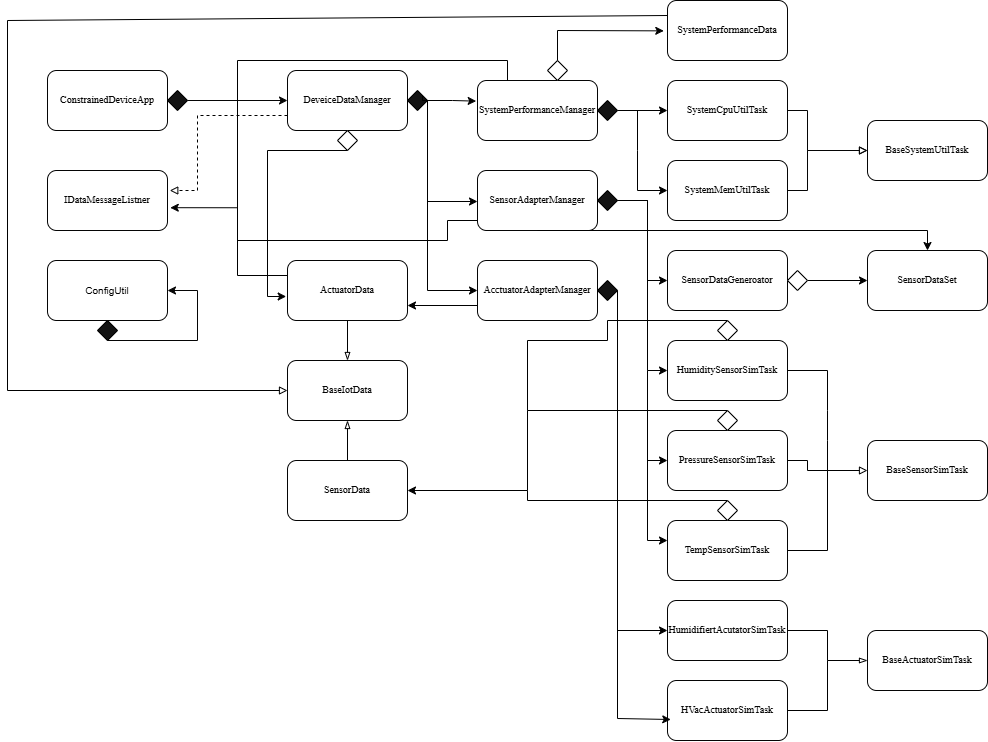
The draw.io diagram labmodule03/lab03_cda.drawio.png in Mooyeonkim628/TELE6530_DOC, before a commit. Source tidied: cells renumbered, new cells last; positions are measured from the earlier drawing's top-left corner, leaving out a move shared by most shapes.
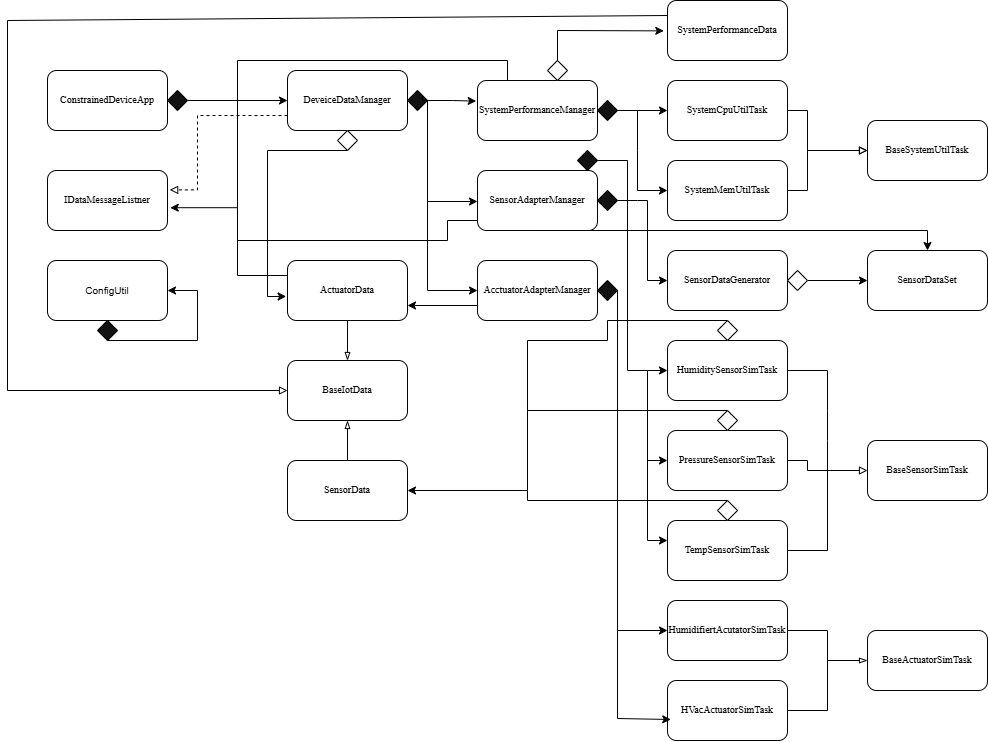
The same diagram one commit later.

What changed in the source:
```diff
@@ -300,7 +300,7 @@
     <mxCell id="73" style="rounded=1;whiteSpace=wrap;html=1;strokeColor=light-dark(#000000,#050505);fillColor=light-dark(#FFFFFF,#FFFFFF);" parent="1" vertex="1">
       <mxGeometry x="660" y="250" width="120" height="60" as="geometry" />
     </mxCell>
-    <mxCell id="74" value="&lt;p style=&quot;box-sizing: border-box; print-color-adjust: exact; font-variant-numeric: inherit; font-variant-east-asian: inherit; font-variant-alternates: inherit; font-variant-position: inherit; font-variant-emoji: inherit; font-stretch: inherit; font-optical-sizing: inherit; font-size-adjust: inherit; font-kerning: inherit; font-feature-settings: inherit; font-variation-settings: inherit; font-language-override: inherit; vertical-align: baseline; hyphens: none; text-align: left; margin-block: 0px; overflow-wrap: break-word; line-height: 1.5 !important; font-family: &amp;quot;Noto Serif&amp;quot;, serif !important; padding: 0px !important; border: none !important; break-after: avoid !important; margin: 0px 0px 24px !important;&quot;&gt;&lt;span style=&quot;font-size: 10px;&quot;&gt;SensorDataGeneroator&lt;/span&gt;&lt;/p&gt;" style="text;html=1;whiteSpace=wrap;align=center;verticalAlign=middle;rounded=0;labelBorderColor=none;fontColor=light-dark(#000000,#050505);labelBackgroundColor=none;" parent="1" vertex="1">
+    <mxCell id="74" value="&lt;p style=&quot;box-sizing: border-box; print-color-adjust: exact; font-variant-numeric: inherit; font-variant-east-asian: inherit; font-variant-alternates: inherit; font-variant-position: inherit; font-variant-emoji: inherit; font-stretch: inherit; font-optical-sizing: inherit; font-size-adjust: inherit; font-kerning: inherit; font-feature-settings: inherit; font-variation-settings: inherit; font-language-override: inherit; vertical-align: baseline; hyphens: none; text-align: left; margin-block: 0px; overflow-wrap: break-word; line-height: 1.5 !important; font-family: &amp;quot;Noto Serif&amp;quot;, serif !important; padding: 0px !important; border: none !important; break-after: avoid !important; margin: 0px 0px 24px !important;&quot;&gt;&lt;span style=&quot;font-size: 10px;&quot;&gt;SensorDataGenerator&lt;/span&gt;&lt;/p&gt;" style="text;html=1;whiteSpace=wrap;align=center;verticalAlign=middle;rounded=0;labelBorderColor=none;fontColor=light-dark(#000000,#050505);labelBackgroundColor=none;" parent="1" vertex="1">
       <mxGeometry x="690" y="270" width="60" height="40" as="geometry" />
     </mxCell>
     <mxCell id="75" style="edgeStyle=orthogonalEdgeStyle;rounded=0;jettySize=auto;html=1;exitX=0.25;exitY=0;exitDx=0;exitDy=0;entryX=1.023;entryY=0.62;entryDx=0;entryDy=0;entryPerimeter=0;strokeColor=light-dark(#000000,#000000);" parent="1" edge="1" source="23" target="54">
@@ -374,17 +374,6 @@
     <mxCell id="85" style="rhombus;whiteSpace=wrap;html=1;strokeColor=light-dark(#000000,#000000);fillColor=light-dark(#FFFFFF,#FFFFFF);" parent="1" vertex="1">
       <mxGeometry x="780" y="270" width="20" height="20" as="geometry" />
     </mxCell>
-    <mxCell id="86" style="edgeStyle=none;rounded=0;orthogonalLoop=1;jettySize=auto;html=1;strokeColor=light-dark(#000000,#000000);" parent="1" edge="1">
-      <mxGeometry relative="1" as="geometry">
-        <mxPoint x="610" y="200" as="sourcePoint" />
-        <mxPoint x="660" y="370" as="targetPoint" />
-        <Array as="points">
-          <mxPoint x="640" y="200" />
-          <mxPoint x="640" y="320" />
-          <mxPoint x="640" y="370" />
-        </Array>
-      </mxGeometry>
-    </mxCell>
     <mxCell id="87" style="edgeStyle=none;rounded=0;jettySize=auto;html=1;entryX=0;entryY=0.5;entryDx=0;entryDy=0;strokeColor=light-dark(#000000,#000000);" parent="1" edge="1" target="71">
       <mxGeometry relative="1" as="geometry">
         <mxPoint x="640" y="370" as="sourcePoint" />
@@ -447,5 +436,17 @@
         </Array>
       </mxGeometry>
     </mxCell>
+    <mxCell id="96" style="edgeStyle=none;rounded=0;jettySize=auto;html=1;exitX=1;exitY=0.5;exitDx=0;exitDy=0;entryX=0;entryY=0.5;entryDx=0;entryDy=0;strokeColor=light-dark(#000000,#000000);" parent="1" edge="1" source="97" target="68">
+      <mxGeometry relative="1" as="geometry">
+        <Array as="points">
+          <mxPoint x="620" y="160" />
+          <mxPoint x="620" y="370" />
+          <mxPoint x="640" y="370" />
+        </Array>
+      </mxGeometry>
+    </mxCell>
+    <mxCell id="97" style="rhombus;whiteSpace=wrap;html=1;strokeColor=light-dark(#000000,#000000);" parent="1" vertex="1">
+      <mxGeometry x="570" y="150" width="20" height="20" as="geometry" />
+    </mxCell>
   </root>
 </mxGraphModel>
```
